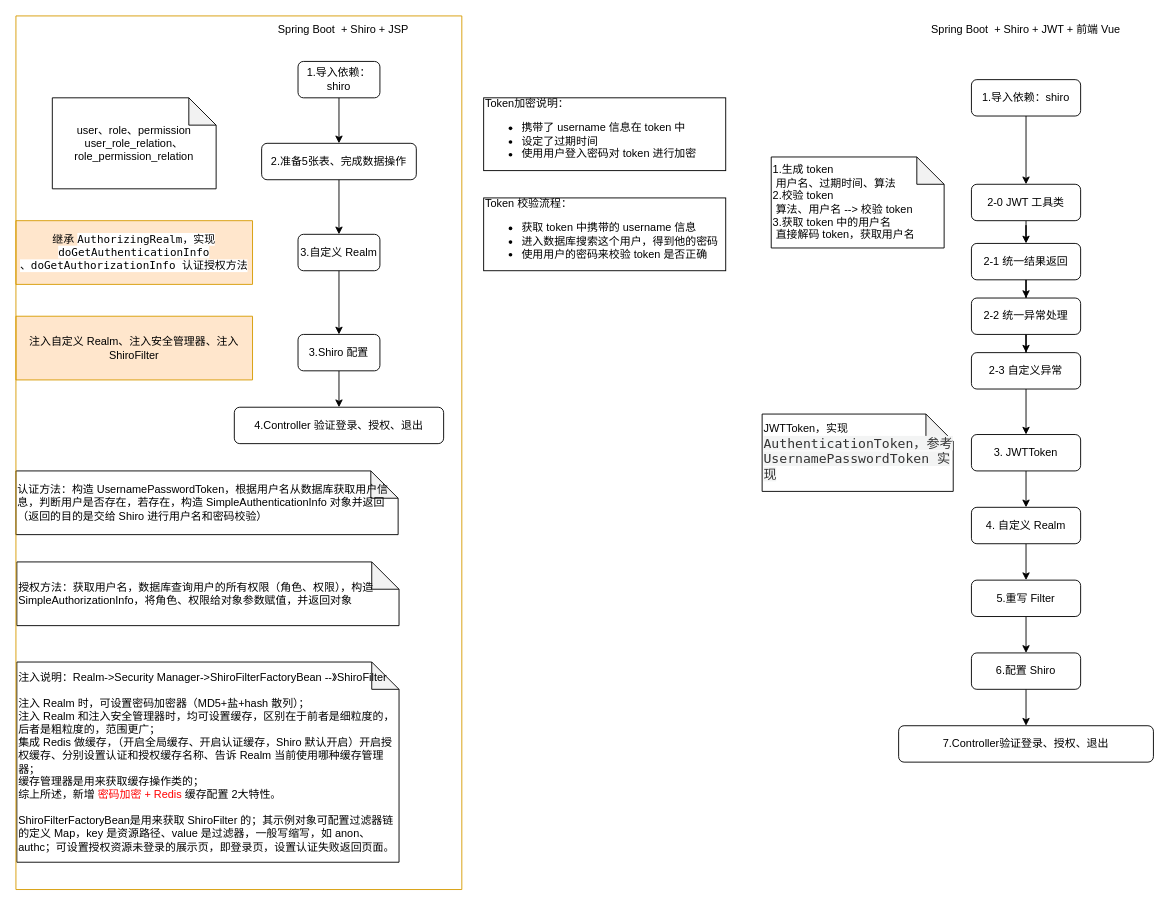
Before: t1.drawio in mayating/drawio-files, a draw.io diagram. Source tidied: cells renumbered, new cells numbered last; positions are measured from the earlier drawing's top-left corner, leaving out a move shared by most shapes. Both pictures are drawn from the tidied source at 91%, with x=0, y=0 at pixel (15, 15).
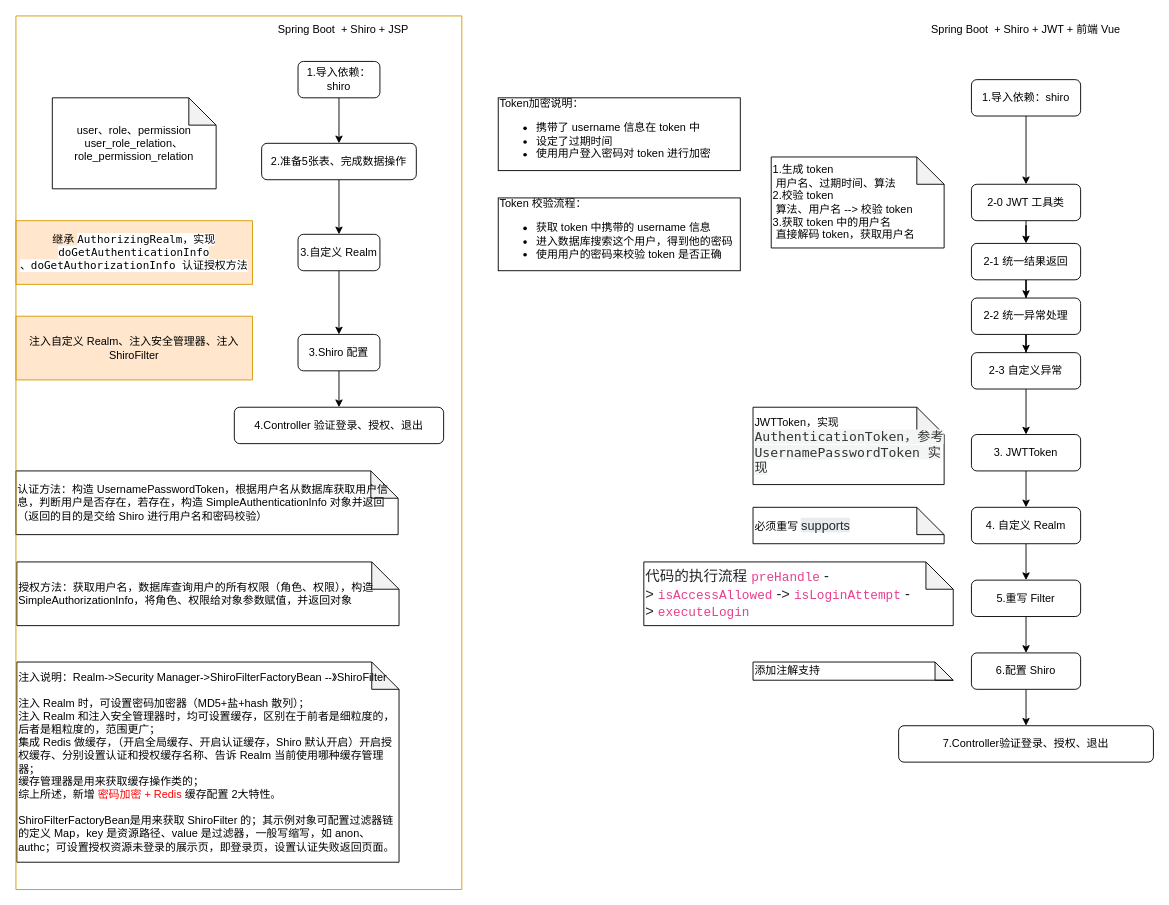
The same page after the edit.

Diff of the diagram source:
```diff
@@
     <mxCell id="20" value="Token加密说明：&lt;br&gt;&lt;ul&gt;&lt;li&gt;携带了 username 信息在 token 中&lt;/li&gt;&lt;li&gt;设定了过期时间&lt;/li&gt;&lt;li&gt;使用用户登入密码对 token 进行加密&lt;/li&gt;&lt;/ul&gt;" style="rounded=0;whiteSpace=wrap;html=1;align=left;" parent="1" vertex="1">
-      <mxGeometry x="514" y="90" width="266" height="80" as="geometry" />
+      <mxGeometry x="530" y="90" width="266" height="80" as="geometry" />
     </mxCell>
     <mxCell id="21" value="Token 校验流程：&lt;br&gt;&lt;ul&gt;&lt;li&gt;获取 token 中携带的 username 信息&lt;/li&gt;&lt;li&gt;进入数据库搜索这个用户，得到他的密码&lt;/li&gt;&lt;li&gt;使用用户的密码来校验 token 是否正确&lt;/li&gt;&lt;/ul&gt;" style="rounded=0;whiteSpace=wrap;html=1;align=left;" parent="1" vertex="1">
-      <mxGeometry x="514" y="200" width="266" height="80" as="geometry" />
+      <mxGeometry x="530" y="200" width="266" height="80" as="geometry" />
     </mxCell>
@@
     <mxCell id="42" value="JWTToken，实现&lt;span style=&quot;color: rgb(51 , 51 , 51) ; font-family: &amp;#34;lucida console&amp;#34; , &amp;#34;consolas&amp;#34; , &amp;#34;courier&amp;#34; , monospace ; font-size: 14.4px ; background-color: rgb(243 , 244 , 244)&quot;&gt;AuthenticationToken，参考 UsernamePasswordToken 实现&lt;/span&gt;" style="shape=note;whiteSpace=wrap;html=1;backgroundOutline=1;darkOpacity=0.05;align=left;" parent="1" vertex="1">
-      <mxGeometry x="820" y="437.5" width="210" height="85" as="geometry" />
+      <mxGeometry x="810" y="430" width="210" height="85" as="geometry" />
     </mxCell>
+    <mxCell id="43" value="必须重写&amp;nbsp;&lt;span style=&quot;background-color: rgb(233 , 236 , 239) ; color: rgb(36 , 41 , 46) ; font-family: , &amp;#34;menlo&amp;#34; , &amp;#34;monaco&amp;#34; , &amp;#34;consolas&amp;#34; , &amp;#34;liberation mono&amp;#34; , &amp;#34;courier new&amp;#34; , monospace ; font-size: 14px&quot;&gt;supports&lt;br&gt;&lt;/span&gt;" style="shape=note;whiteSpace=wrap;html=1;backgroundOutline=1;darkOpacity=0.05;align=left;" parent="1" vertex="1">
+      <mxGeometry x="810" y="540" width="210" height="40" as="geometry" />
+    </mxCell>
+    <mxCell id="44" value="&lt;span style=&quot;color: rgb(33 , 37 , 41) ; font-size: 16px ; background-color: rgb(255 , 255 , 255)&quot;&gt;代码的执行流程&amp;nbsp;&lt;/span&gt;&lt;code style=&quot;box-sizing: border-box ; font-size: 14px ; color: rgb(232 , 62 , 140) ; overflow-wrap: break-word ; background-color: rgb(255 , 255 , 255)&quot;&gt;preHandle&lt;/code&gt;&lt;span style=&quot;color: rgb(33 , 37 , 41) ; font-size: 16px ; background-color: rgb(255 , 255 , 255)&quot;&gt;&amp;nbsp;-&amp;gt;&amp;nbsp;&lt;/span&gt;&lt;code style=&quot;box-sizing: border-box ; font-size: 14px ; color: rgb(232 , 62 , 140) ; overflow-wrap: break-word ; background-color: rgb(255 , 255 , 255)&quot;&gt;isAccessAllowed&lt;/code&gt;&lt;span style=&quot;color: rgb(33 , 37 , 41) ; font-size: 16px ; background-color: rgb(255 , 255 , 255)&quot;&gt;&amp;nbsp;-&amp;gt;&amp;nbsp;&lt;/span&gt;&lt;code style=&quot;box-sizing: border-box ; font-size: 14px ; color: rgb(232 , 62 , 140) ; overflow-wrap: break-word ; background-color: rgb(255 , 255 , 255)&quot;&gt;isLoginAttempt&lt;/code&gt;&lt;span style=&quot;color: rgb(33 , 37 , 41) ; font-size: 16px ; background-color: rgb(255 , 255 , 255)&quot;&gt;&amp;nbsp;-&amp;gt;&amp;nbsp;&lt;/span&gt;&lt;code style=&quot;box-sizing: border-box ; font-size: 14px ; color: rgb(232 , 62 , 140) ; overflow-wrap: break-word ; background-color: rgb(255 , 255 , 255)&quot;&gt;executeLogin&lt;/code&gt;&lt;span style=&quot;color: rgb(33 , 37 , 41) ; font-size: 16px ; background-color: rgb(255 , 255 , 255)&quot;&gt;&amp;nbsp;&lt;/span&gt;&lt;span style=&quot;background-color: rgb(233 , 236 , 239) ; color: rgb(36 , 41 , 46) ; font-family: , &amp;#34;menlo&amp;#34; , &amp;#34;monaco&amp;#34; , &amp;#34;consolas&amp;#34; , &amp;#34;liberation mono&amp;#34; , &amp;#34;courier new&amp;#34; , monospace ; font-size: 14px&quot;&gt;&lt;br&gt;&lt;/span&gt;" style="shape=note;whiteSpace=wrap;html=1;backgroundOutline=1;darkOpacity=0.05;align=left;" parent="1" vertex="1">
+      <mxGeometry x="690" y="600" width="340" height="70" as="geometry" />
+    </mxCell>
+    <mxCell id="45" value="添加注解支持" style="shape=note;whiteSpace=wrap;html=1;backgroundOutline=1;darkOpacity=0.05;align=left;" parent="1" vertex="1">
+      <mxGeometry x="810" y="710" width="220" height="20" as="geometry" />
+    </mxCell>
```
